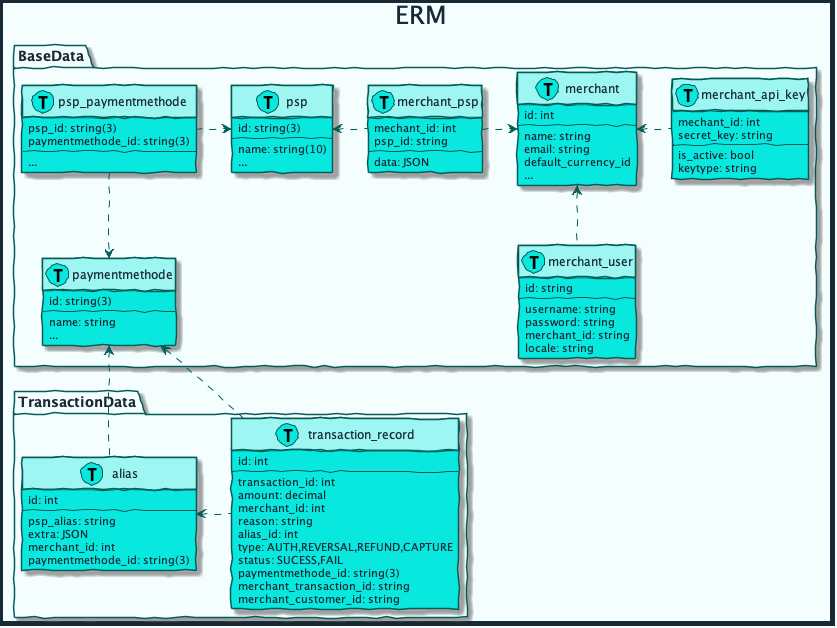
Above: diagrams/out/erm.png in mobilabsolutions/stash-sdk-wiki (PlantUML), before the change.
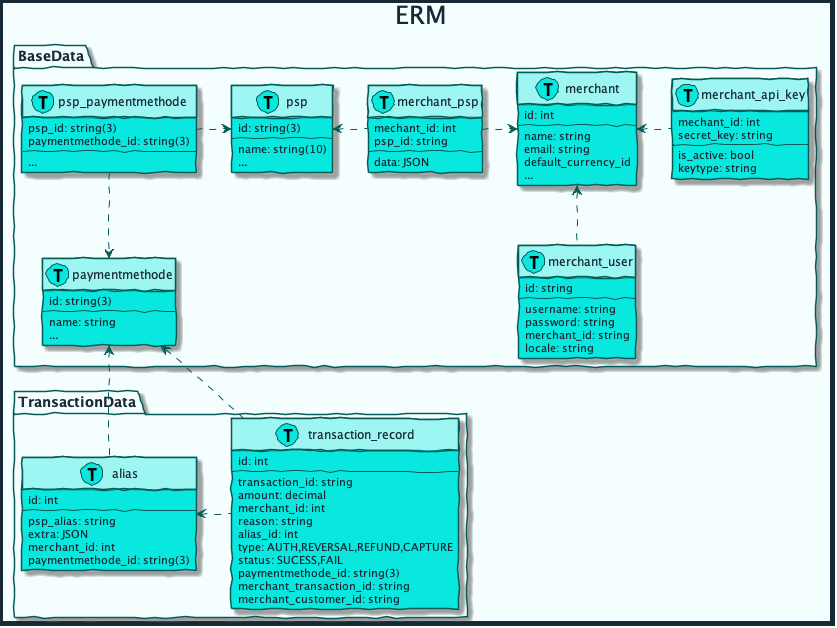
After the change.

What changed in the source:
```diff
@@ -123,7 +123,7 @@
     class transaction_record << (T, #08E8DE) >>{
         id: int
         --
-        transaction_id: int
+        transaction_id: string
         amount: decimal
         merchant_id: int
         reason: string
```
